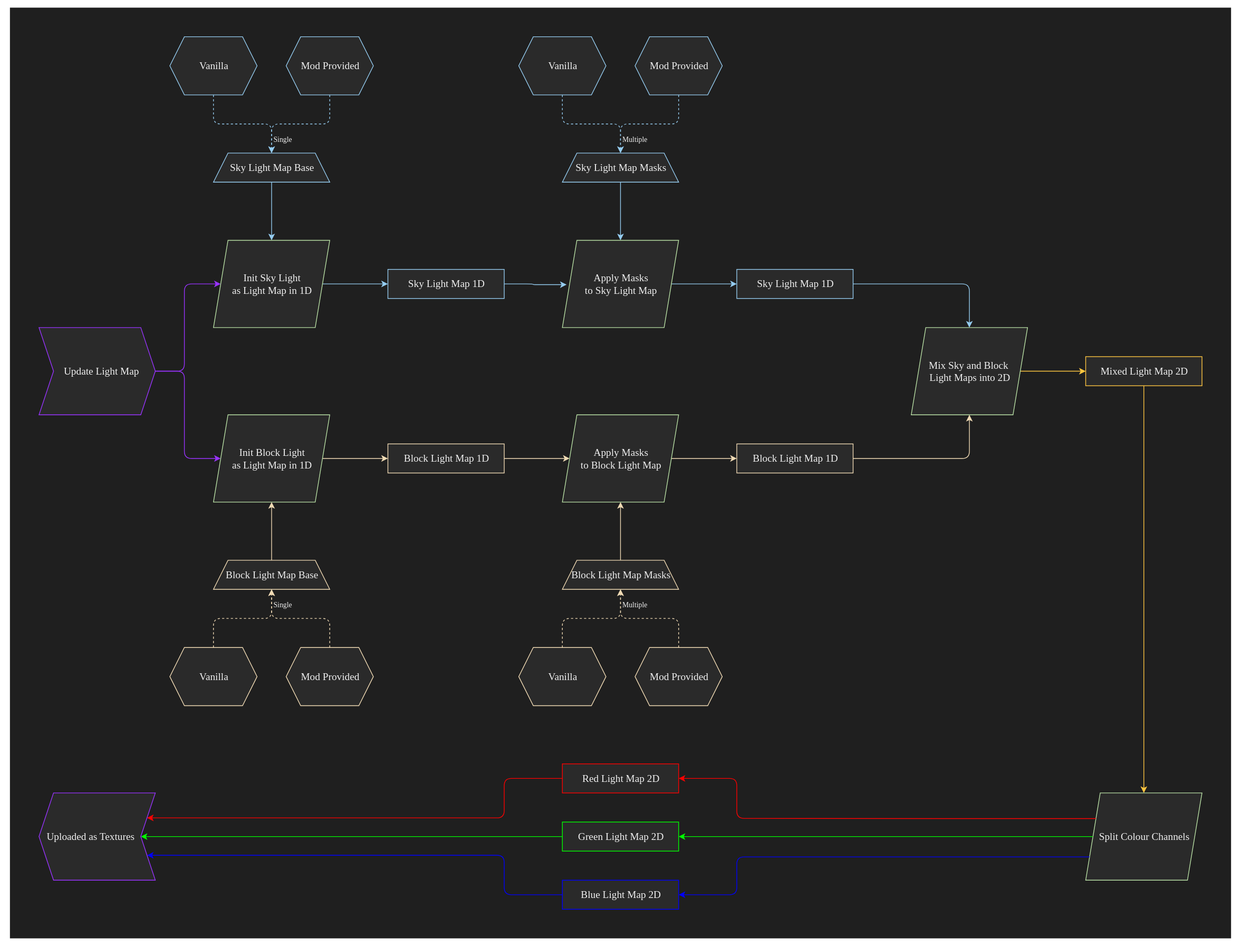
Earlier version of the draw.io export docs/rple_light_map_diagram.svg (GTMEGA/RPLE). Source tidied: cells renumbered, new cells last; positions are measured from the earlier drawing's top-left corner, leaving out a move shared by most shapes.
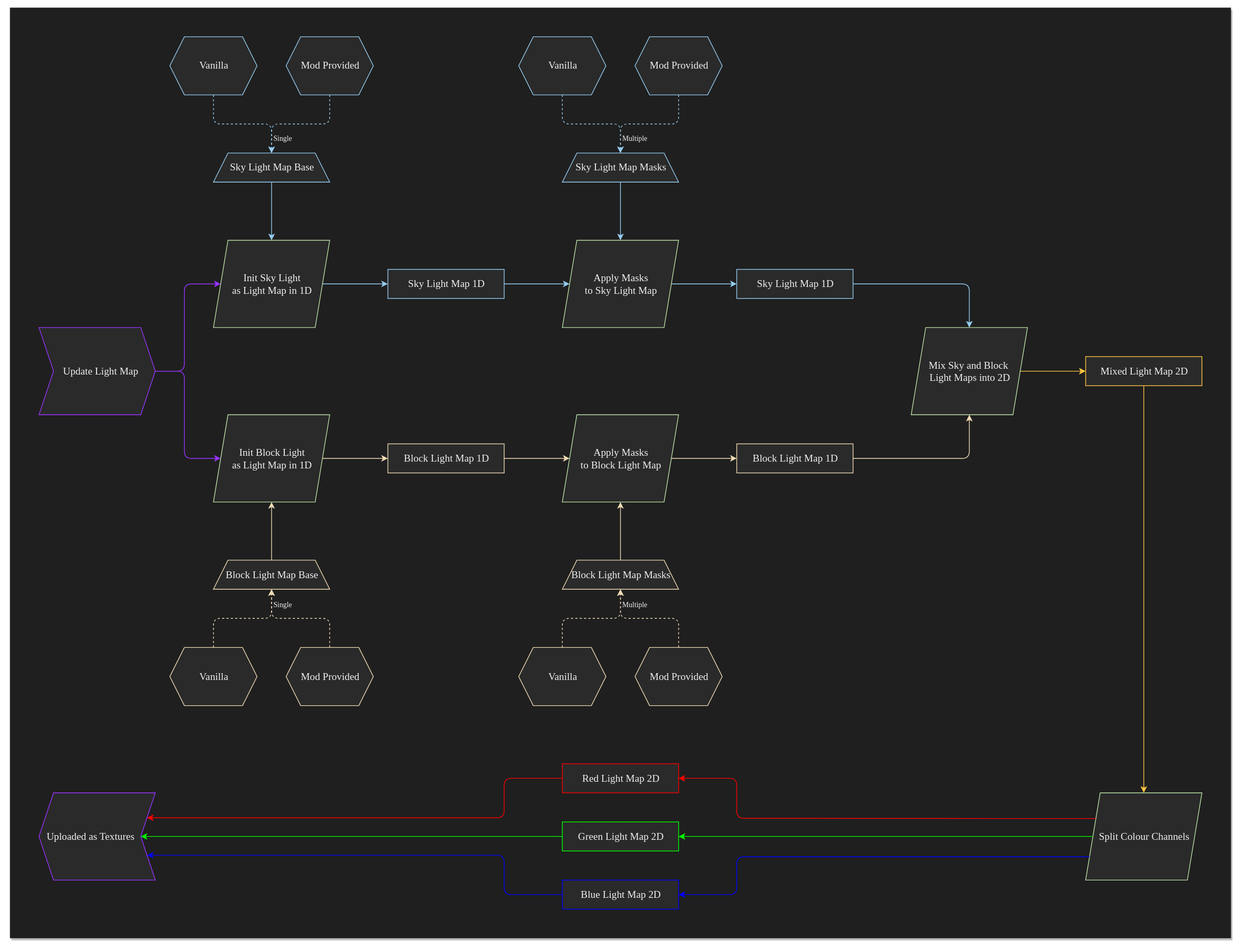
After the change.

Commit message:
Fixed error in diagram

Diff of the diagram source:
```diff
@@ -2,7 +2,7 @@
   <root>
     <mxCell id="0" />
     <mxCell id="1" parent="0" />
-    <mxCell id="2" style="rounded=0;whiteSpace=wrap;html=1;strokeColor=none;fillColor=#1F1F1F;" parent="1" vertex="1">
+    <mxCell id="2" style="rounded=0;whiteSpace=wrap;html=1;strokeColor=none;fillColor=#1F1F1F;shadow=1;" parent="1" vertex="1">
       <mxGeometry width="1680" height="1280" as="geometry" />
     </mxCell>
     <mxCell id="3" value="&lt;span style=&quot;font-size: 14px&quot;&gt;Red Light Map 2D&lt;/span&gt;" style="whiteSpace=wrap;html=1;fontSize=14;strokeColor=#FF0000;fillColor=#2a2a2a;fontFamily=EXO2;fontSource=https%3A%2F%2Ffonts.googleapis.com%2Fcss%3Ffamily%3DEXO2;" parent="1" vertex="1">
@@ -74,9 +74,6 @@
     <mxCell id="18" value="Mix Sky and Block&amp;nbsp;&lt;br&gt;Light Maps into 2D" style="shape=parallelogram;perimeter=parallelogramPerimeter;whiteSpace=wrap;html=1;fixedSize=1;fontFamily=EXO2;fontSource=https%3A%2F%2Ffonts.googleapis.com%2Fcss%3Ffamily%3DEXO2;fontSize=14;strokeColor=#B9E0A5;" parent="1" vertex="1">
       <mxGeometry x="1240" y="440" width="160" height="120" as="geometry" />
     </mxCell>
-    <mxCell id="19" style="edgeStyle=orthogonalEdgeStyle;html=1;exitX=1;exitY=0.5;exitDx=0;exitDy=0;entryX=0.037;entryY=0.508;entryDx=0;entryDy=0;entryPerimeter=0;fontFamily=EXO2;fontSource=https%3A%2F%2Ffonts.googleapis.com%2Fcss%3Ffamily%3DEXO2;fontSize=14;strokeColor=#95CCF0;fillColor=#2a2a2a;" parent="1" edge="1" source="20" target="32">
-      <mxGeometry relative="1" as="geometry" />
-    </mxCell>
     <mxCell id="20" value="Sky Light Map 1D" style="whiteSpace=wrap;html=1;fontSize=14;fillColor=#2a2a2a;fontFamily=EXO2;fontSource=https%3A%2F%2Ffonts.googleapis.com%2Fcss%3Ffamily%3DEXO2;strokeColor=#95CCF0;" parent="1" vertex="1">
       <mxGeometry x="520" y="360" width="160" height="40" as="geometry" />
     </mxCell>
@@ -113,6 +110,11 @@
     <mxCell id="31" style="edgeStyle=orthogonalEdgeStyle;html=1;exitX=1;exitY=0.5;exitDx=0;exitDy=0;entryX=0;entryY=0.5;entryDx=0;entryDy=0;fontFamily=EXO2;fontSource=https%3A%2F%2Ffonts.googleapis.com%2Fcss%3Ffamily%3DEXO2;fontSize=14;strokeColor=#95CCF0;fillColor=#2a2a2a;" parent="1" edge="1" source="32" target="38">
       <mxGeometry relative="1" as="geometry" />
     </mxCell>
+    <mxCell id="65" style="edgeStyle=none;html=1;exitX=0;exitY=0.5;exitDx=0;exitDy=0;fontFamily=EXO2;fontSource=https%3A%2F%2Ffonts.googleapis.com%2Fcss%3Ffamily%3DEXO2;fontSize=14;strokeColor=#95CCF0;fillColor=#2a2a2a;entryX=0;entryY=0.5;entryDx=0;entryDy=0;" parent="1" edge="1" target="32">
+      <mxGeometry relative="1" as="geometry">
+        <mxPoint x="680" y="380" as="sourcePoint" />
+      </mxGeometry>
+    </mxCell>
     <mxCell id="32" value="Apply Masks&lt;br&gt;to Sky Light Map" style="shape=parallelogram;perimeter=parallelogramPerimeter;whiteSpace=wrap;html=1;fixedSize=1;fontFamily=EXO2;fontSource=https%3A%2F%2Ffonts.googleapis.com%2Fcss%3Ffamily%3DEXO2;fontSize=14;strokeColor=#B9E0A5;" parent="1" vertex="1">
       <mxGeometry x="760" y="320" width="160" height="120" as="geometry" />
     </mxCell>
```
